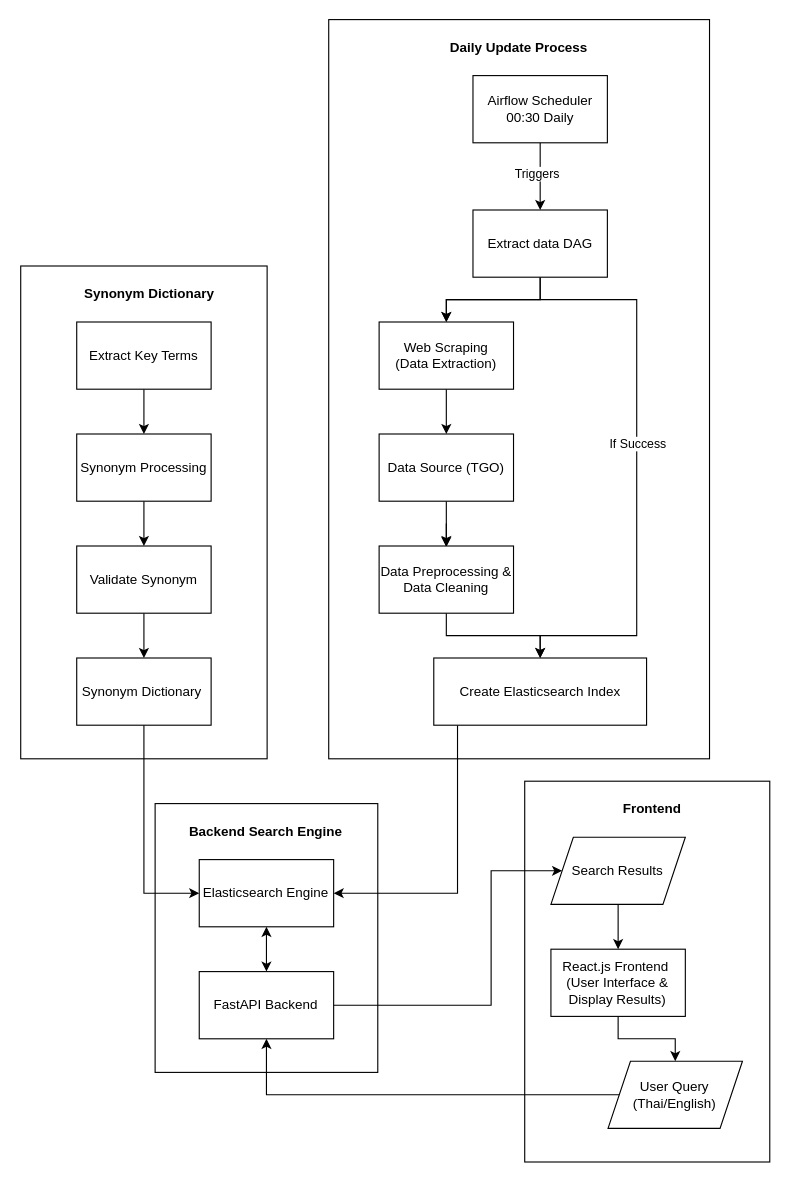
nanutnutna/thesis_ef keeps this draw.io diagram as proposal/UntitledDiagram4.drawio. Above is the earlier version. Source tidied: cells renumbered, new cells numbered last; positions are measured from the earlier drawing's top-left corner, leaving out a move shared by most shapes. Both pictures are drawn from the tidied source at 112%, with x=0, y=0 at pixel (20, 19).
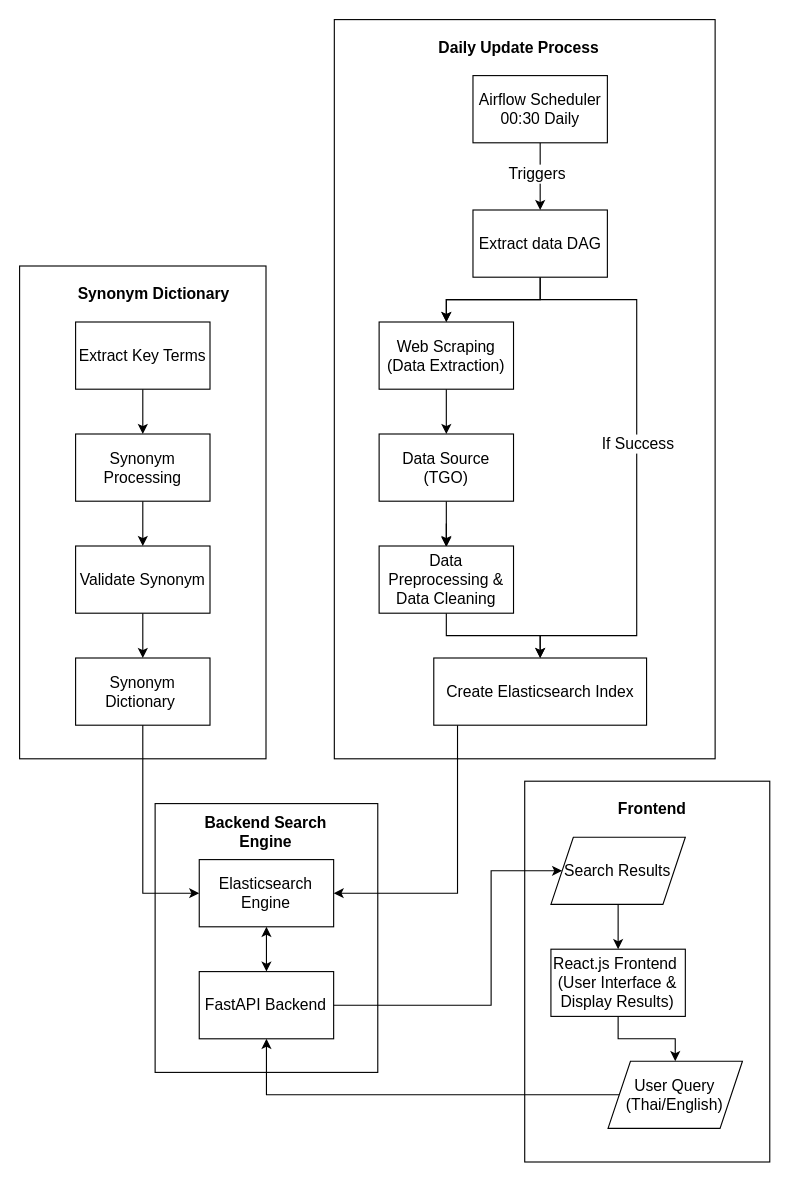
The same diagram, later.

The change refers to these unchanged cells:
```xml
<mxCell id="2" style="group;" parent="1" vertex="1">
  <mxGeometry width="668.8" height="1020" as="geometry" />
</mxCell>
<mxCell id="4" style="group;" parent="2" vertex="1">
  <mxGeometry x="100" y="700" width="218.8" height="240" as="geometry" />
</mxCell>
<mxCell id="22" style="edgeStyle=orthogonalEdgeStyle;rounded=0;jettySize=auto;html=1;entryX=0.5;entryY=0;entryDx=0;entryDy=0;" parent="2" edge="1" target="15">
  <mxGeometry relative="1" as="geometry">
    <mxPoint x="464" y="250" as="sourcePoint" />
    <Array as="points">
      <mxPoint x="550" y="250" />
      <mxPoint x="550" y="550" />
      <mxPoint x="464" y="550" />
    </Array>
  </mxGeometry>
</mxCell>
<mxCell id="25" style="edgeStyle=orthogonalEdgeStyle;rounded=0;jettySize=auto;html=1;" parent="2" edge="1" source="27" target="24">
  <mxGeometry relative="1" as="geometry" />
</mxCell>
<mxCell id="38" style="group;" parent="2" vertex="1">
  <mxGeometry x="450" y="680" width="218.8" height="340" as="geometry" />
</mxCell>
```

The edit, as a diff of the source:
```diff
@@
     <mxCell id="3" style="rounded=0;whiteSpace=wrap;html=1;" parent="2" vertex="1">
-      <mxGeometry x="275" width="340" height="660" as="geometry" />
+      <mxGeometry x="280" width="340" height="660" as="geometry" />
     </mxCell>
@@
-    <mxCell id="6" value="Elasticsearch Engine" style="rounded=0;whiteSpace=wrap;html=1;" parent="4" vertex="1">
+    <mxCell id="6" value="&lt;font style=&quot;font-size: 14px;&quot;&gt;Elasticsearch Engine&lt;/font&gt;" style="rounded=0;whiteSpace=wrap;html=1;" parent="4" vertex="1">
       <mxGeometry x="59.4" y="50" width="120" height="60" as="geometry" />
     </mxCell>
-    <mxCell id="7" value="FastAPI Backend" style="rounded=0;whiteSpace=wrap;html=1;" parent="4" vertex="1">
+    <mxCell id="7" value="&lt;font style=&quot;font-size: 14px;&quot;&gt;FastAPI Backend&lt;/font&gt;" style="rounded=0;whiteSpace=wrap;html=1;" parent="4" vertex="1">
       <mxGeometry x="59.4" y="150" width="120" height="60" as="geometry" />
     </mxCell>
-    <mxCell id="8" value="Backend Search Engine" style="text;html=1;align=center;verticalAlign=middle;whiteSpace=wrap;rounded=0;fontStyle=1;" parent="4" vertex="1">
+    <mxCell id="8" value="&lt;font style=&quot;font-size: 14px;&quot;&gt;Backend Search Engine&lt;/font&gt;" style="text;html=1;align=center;verticalAlign=middle;whiteSpace=wrap;rounded=0;fontStyle=1;" parent="4" vertex="1">
       <mxGeometry x="44.4" y="10" width="150" height="30" as="geometry" />
     </mxCell>
@@
-    <mxCell id="10" value="&lt;b&gt;Daily Update Process&lt;/b&gt;" style="text;html=1;align=center;verticalAlign=middle;whiteSpace=wrap;rounded=0;" parent="2" vertex="1">
+    <mxCell id="10" value="&lt;b&gt;&lt;font style=&quot;font-size: 14px;&quot;&gt;Daily Update Process&lt;/font&gt;&lt;/b&gt;" style="text;html=1;align=center;verticalAlign=middle;whiteSpace=wrap;rounded=0;" parent="2" vertex="1">
       <mxGeometry x="360" y="10" width="170" height="30" as="geometry" />
     </mxCell>
@@
-    <mxCell id="13" value="Data Preprocessing &amp;amp; Data Cleaning" style="rounded=0;whiteSpace=wrap;html=1;" parent="2" vertex="1">
+    <mxCell id="13" value="&lt;font style=&quot;font-size: 14px;&quot;&gt;Data Preprocessing &amp;amp; Data Cleaning&lt;/font&gt;" style="rounded=0;whiteSpace=wrap;html=1;" parent="2" vertex="1">
       <mxGeometry x="320" y="470" width="120" height="60" as="geometry" />
     </mxCell>
@@
-    <mxCell id="15" value="Create Elasticsearch Index" style="rounded=0;whiteSpace=wrap;html=1;" parent="2" vertex="1">
+    <mxCell id="15" value="&lt;font style=&quot;font-size: 14px;&quot;&gt;Create Elasticsearch Index&lt;/font&gt;" style="rounded=0;whiteSpace=wrap;html=1;" parent="2" vertex="1">
       <mxGeometry x="368.8" y="570" width="190" height="60" as="geometry" />
     </mxCell>
@@
-    <mxCell id="17" value="Data Source (TGO)" style="rounded=0;whiteSpace=wrap;html=1;" parent="2" vertex="1">
+    <mxCell id="17" value="&lt;font style=&quot;font-size: 14px;&quot;&gt;Data Source (TGO)&lt;/font&gt;" style="rounded=0;whiteSpace=wrap;html=1;" parent="2" vertex="1">
       <mxGeometry x="320" y="370" width="120" height="60" as="geometry" />
     </mxCell>
@@
-    <mxCell id="19" value="Web Scraping&lt;br&gt;(Data Extraction)" style="rounded=0;whiteSpace=wrap;html=1;" parent="2" vertex="1">
+    <mxCell id="19" value="&lt;font style=&quot;font-size: 14px;&quot;&gt;Web Scraping&lt;br&gt;(Data Extraction)&lt;/font&gt;" style="rounded=0;whiteSpace=wrap;html=1;" parent="2" vertex="1">
       <mxGeometry x="320" y="270" width="120" height="60" as="geometry" />
     </mxCell>
@@
-    <mxCell id="23" value="If Success" style="edgeLabel;html=1;align=center;verticalAlign=middle;" parent="22" vertex="1">
+    <mxCell id="23" value="&lt;font style=&quot;font-size: 14px;&quot;&gt;If Success&lt;/font&gt;" style="edgeLabel;html=1;align=center;verticalAlign=middle;" parent="22" vertex="1">
       <mxGeometry x="-0.13" relative="1" as="geometry" />
     </mxCell>
-    <mxCell id="24" value="Extract data DAG" style="rounded=0;whiteSpace=wrap;html=1;" parent="2" vertex="1">
+    <mxCell id="24" value="&lt;font style=&quot;font-size: 14px;&quot;&gt;Extract data DAG&lt;/font&gt;" style="rounded=0;whiteSpace=wrap;html=1;" parent="2" vertex="1">
       <mxGeometry x="403.8" y="170" width="120" height="60" as="geometry" />
     </mxCell>
@@
-    <mxCell id="26" value="Triggers" style="edgeLabel;html=1;align=center;verticalAlign=middle;" parent="25" vertex="1">
+    <mxCell id="26" value="&lt;font style=&quot;font-size: 14px;&quot;&gt;Triggers&lt;/font&gt;" style="edgeLabel;html=1;align=center;verticalAlign=middle;" parent="25" vertex="1">
       <mxGeometry x="-0.09" y="-3" relative="1" as="geometry" />
     </mxCell>
-    <mxCell id="27" value="Airflow Scheduler 00:30 Daily" style="rounded=0;whiteSpace=wrap;html=1;" parent="2" vertex="1">
+    <mxCell id="27" value="&lt;font style=&quot;font-size: 14px;&quot;&gt;Airflow Scheduler 00:30 Daily&lt;/font&gt;" style="rounded=0;whiteSpace=wrap;html=1;" parent="2" vertex="1">
       <mxGeometry x="403.8" y="50" width="120" height="60" as="geometry" />
     </mxCell>
     <mxCell id="28" style="group;" parent="2" vertex="1">
-      <mxGeometry y="220" width="220" height="440" as="geometry" />
+      <mxGeometry x="-1" y="220" width="220" height="440" as="geometry" />
     </mxCell>
@@
-    <mxCell id="31" value="Extract Key Terms" style="rounded=0;whiteSpace=wrap;html=1;" parent="28" vertex="1">
+    <mxCell id="31" value="&lt;font style=&quot;font-size: 14px;&quot;&gt;Extract Key Terms&lt;/font&gt;" style="rounded=0;whiteSpace=wrap;html=1;" parent="28" vertex="1">
       <mxGeometry x="50" y="50" width="120" height="60" as="geometry" />
     </mxCell>
@@
-    <mxCell id="33" value="Synonym Processing" style="rounded=0;whiteSpace=wrap;html=1;" parent="28" vertex="1">
+    <mxCell id="33" value="&lt;font style=&quot;font-size: 14px;&quot;&gt;Synonym Processing&lt;/font&gt;" style="rounded=0;whiteSpace=wrap;html=1;" parent="28" vertex="1">
       <mxGeometry x="50" y="150" width="120" height="60" as="geometry" />
     </mxCell>
@@
-    <mxCell id="35" value="Validate Synonym" style="rounded=0;whiteSpace=wrap;html=1;" parent="28" vertex="1">
+    <mxCell id="35" value="&lt;font style=&quot;font-size: 14px;&quot;&gt;Validate Synonym&lt;/font&gt;" style="rounded=0;whiteSpace=wrap;html=1;" parent="28" vertex="1">
       <mxGeometry x="50" y="250" width="120" height="60" as="geometry" />
     </mxCell>
-    <mxCell id="36" value="Synonym Dictionary&amp;nbsp;" style="rounded=0;whiteSpace=wrap;html=1;" parent="28" vertex="1">
+    <mxCell id="36" value="&lt;font style=&quot;font-size: 14px;&quot;&gt;Synonym Dictionary&amp;nbsp;&lt;/font&gt;" style="rounded=0;whiteSpace=wrap;html=1;" parent="28" vertex="1">
       <mxGeometry x="50" y="350" width="120" height="60" as="geometry" />
     </mxCell>
-    <mxCell id="37" value="&lt;b&gt;Synonym Dictionary&lt;/b&gt;" style="text;html=1;align=center;verticalAlign=middle;whiteSpace=wrap;rounded=0;" parent="28" vertex="1">
-      <mxGeometry x="50" y="10" width="130" height="30" as="geometry" />
+    <mxCell id="37" value="&lt;b&gt;&lt;font style=&quot;font-size: 14px;&quot;&gt;Synonym Dictionary&lt;/font&gt;&lt;/b&gt;" style="text;html=1;align=center;verticalAlign=middle;whiteSpace=wrap;rounded=0;" parent="28" vertex="1">
+      <mxGeometry x="50" y="10" width="140" height="30" as="geometry" />
     </mxCell>
@@
-    <mxCell id="41" value="React.js Frontend&amp;nbsp;&lt;br&gt;(User Interface &amp;amp; Display Results)" style="rounded=0;whiteSpace=wrap;html=1;" parent="38" vertex="1">
+    <mxCell id="41" value="&lt;font style=&quot;font-size: 14px;&quot;&gt;React.js Frontend&amp;nbsp;&lt;br&gt;(User Interface &amp;amp; Display Results)&lt;/font&gt;" style="rounded=0;whiteSpace=wrap;html=1;" parent="38" vertex="1">
       <mxGeometry x="23.4" y="150" width="120" height="60" as="geometry" />
     </mxCell>
@@
-    <mxCell id="43" value="Search Results" style="shape=parallelogram;perimeter=parallelogramPerimeter;whiteSpace=wrap;html=1;fixedSize=1;" parent="38" vertex="1">
+    <mxCell id="43" value="&lt;font style=&quot;font-size: 14px;&quot;&gt;Search Results&lt;/font&gt;" style="shape=parallelogram;perimeter=parallelogramPerimeter;whiteSpace=wrap;html=1;fixedSize=1;" parent="38" vertex="1">
       <mxGeometry x="23.4" y="50" width="120" height="60" as="geometry" />
     </mxCell>
-    <mxCell id="44" value="User Query&lt;br&gt;(Thai/English)" style="shape=parallelogram;perimeter=parallelogramPerimeter;whiteSpace=wrap;html=1;fixedSize=1;" parent="38" vertex="1">
+    <mxCell id="44" value="&lt;font style=&quot;font-size: 14px;&quot;&gt;User Query&lt;br&gt;(Thai/English)&lt;/font&gt;" style="shape=parallelogram;perimeter=parallelogramPerimeter;whiteSpace=wrap;html=1;fixedSize=1;" parent="38" vertex="1">
       <mxGeometry x="74.4" y="250" width="120" height="60" as="geometry" />
     </mxCell>
-    <mxCell id="45" value="&lt;b&gt;Frontend&lt;/b&gt;" style="text;html=1;align=center;verticalAlign=middle;whiteSpace=wrap;rounded=0;" parent="38" vertex="1">
+    <mxCell id="45" value="&lt;b&gt;&lt;font style=&quot;font-size: 14px;&quot;&gt;Frontend&lt;/font&gt;&lt;/b&gt;" style="text;html=1;align=center;verticalAlign=middle;whiteSpace=wrap;rounded=0;" parent="38" vertex="1">
       <mxGeometry x="84.4" y="10" width="60" height="30" as="geometry" />
     </mxCell>
```
